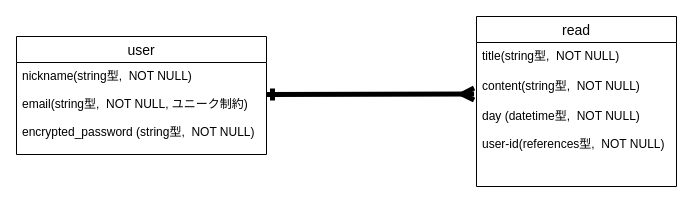
The draw.io diagram read.dio in satoukouhei40002/book-task, before the edit. Source tidied: cells renumbered, new cells numbered last; positions are measured from the earlier drawing's top-left corner, leaving out a move shared by most shapes. Both pictures are drawn from the tidied source at 100%, with x=0, y=0 at pixel (16, 16).
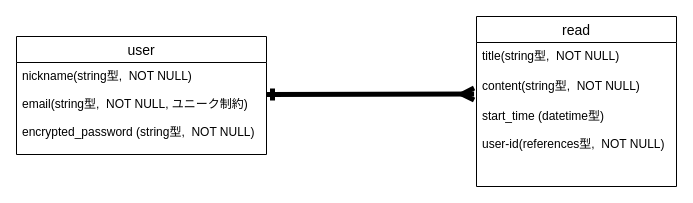
The same page after the edit.

What changed in the source:
```diff
@@
 <mxGraphModel>
   <root>
     <mxCell id="0" />
     <mxCell id="1" parent="0" />
     <mxCell id="2" value="user" style="swimlane;fontStyle=0;horizontal=1;startSize=26;align=center;fontSize=14;" parent="1" vertex="1">
       <mxGeometry y="20" width="250" height="118" as="geometry" />
     </mxCell>
     <mxCell id="3" value="nickname(string型,  NOT NULL)&#10;&#10;email(string型,  NOT NULL, ユニーク制約)&#10; &#10;encrypted_password (string型,  NOT NULL)&#10;" style="text;strokeColor=none;fillColor=none;spacingLeft=4;spacingRight=4;overflow=hidden;fontSize=12;" parent="2" vertex="1">
       <mxGeometry y="26" width="250" height="92" as="geometry" />
     </mxCell>
     <mxCell id="4" value="read" style="swimlane;fontStyle=0;horizontal=1;startSize=26;align=center;fontSize=14;" parent="1" vertex="1">
       <mxGeometry x="460" width="200" height="170" as="geometry" />
     </mxCell>
     <mxCell id="5" value="title(string型,  NOT NULL)&#10;" style="text;strokeColor=none;fillColor=none;spacingLeft=4;spacingRight=4;overflow=hidden;fontSize=12;" parent="4" vertex="1">
       <mxGeometry y="26" width="200" height="30" as="geometry" />
     </mxCell>
     <mxCell id="6" value="content(string型,  NOT NULL)" style="text;strokeColor=none;fillColor=none;spacingLeft=4;spacingRight=4;overflow=hidden;fontSize=12;" parent="4" vertex="1">
       <mxGeometry y="56" width="200" height="30" as="geometry" />
     </mxCell>
-    <mxCell id="7" value="day (datetime型,  NOT NULL)&#10;&#10;user-id(references型,  NOT NULL)" style="text;strokeColor=none;fillColor=none;spacingLeft=4;spacingRight=4;overflow=hidden;fontSize=12;" parent="4" vertex="1">
+    <mxCell id="7" value="start_time (datetime型)&#10;&#10;user-id(references型,  NOT NULL)" style="text;strokeColor=none;fillColor=none;spacingLeft=4;spacingRight=4;overflow=hidden;fontSize=12;" parent="4" vertex="1">
       <mxGeometry y="86" width="200" height="84" as="geometry" />
     </mxCell>
     <mxCell id="8" style="edgeStyle=none;html=1;entryX=-0.012;entryY=0.753;entryDx=0;entryDy=0;entryPerimeter=0;startArrow=ERone;startFill=0;strokeWidth=5;endArrow=ERmany;endFill=0;" parent="1" edge="1">
       <mxGeometry relative="1" as="geometry">
         <mxPoint x="250" y="78" as="sourcePoint" />
         <mxPoint x="457.6" y="77.6" as="targetPoint" />
       </mxGeometry>
     </mxCell>
   </root>
 </mxGraphModel>
```
